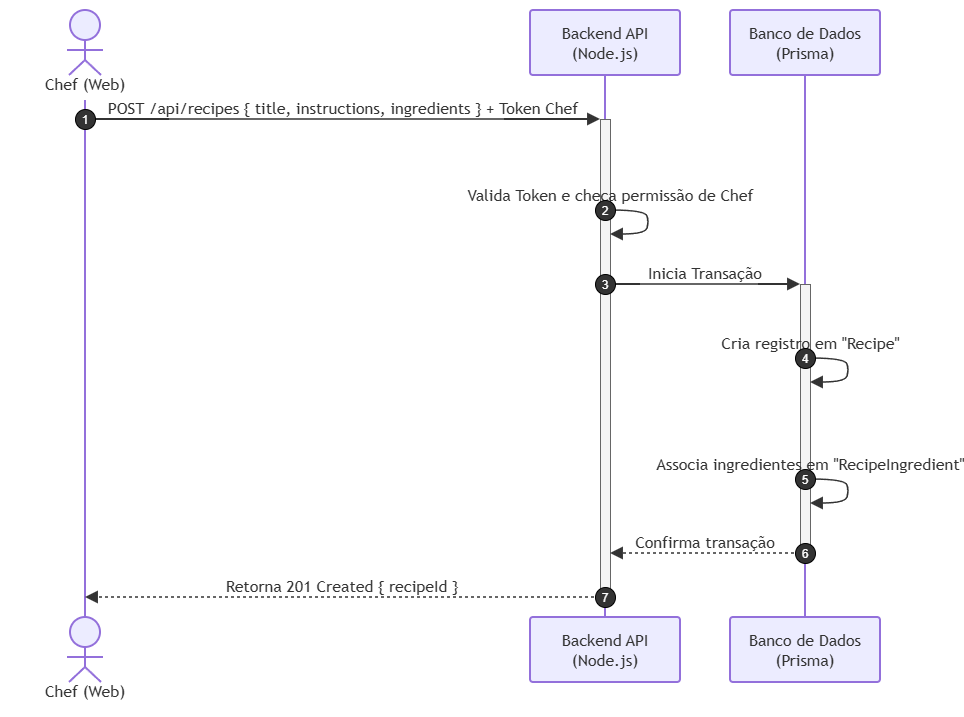
VyttorRamos/GastroMatch keeps this draw.io diagram as Documentacao/DS/DS-WEB/2 - Fluxo de Publicação de Receita - WEB.png. Above is the earlier version. Source tidied: cells renumbered, new cells last; positions are measured from the earlier drawing's top-left corner, leaving out a move shared by most shapes.
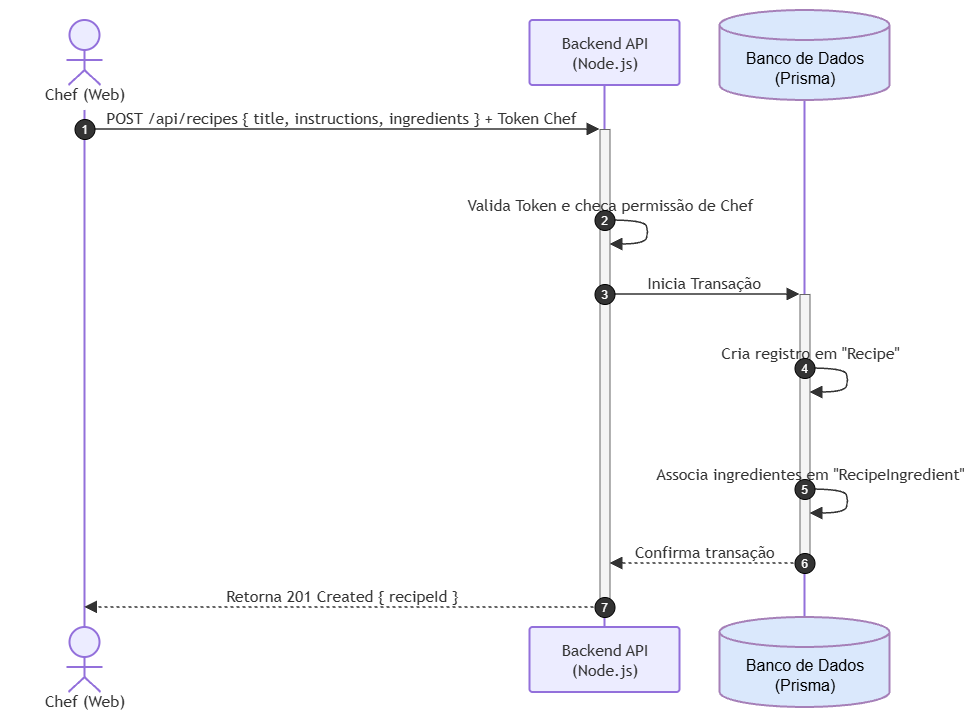
Above is the later version.

Diff of the diagram source:
```diff
@@ -3,7 +3,7 @@
     <mxCell id="0" />
     <mxCell id="1" parent="0" />
     <mxCell id="2" style="group;transparentBounds=1;editIcon=1;lockedGroup=0;groupPadding=10;" parent="1" vertex="1">
-      <mxGeometry as="geometry" />
+      <mxGeometry width="920" height="727" as="geometry" />
     </mxCell>
     <mxCell id="3" value="Chef (Web)" style="html=1;shape=umlLifeline;perimeter=lifelinePerimeter;whiteSpace=wrap;outlineConnect=0;portConstraint=eastwest;newEdgeStyle={&quot;edgeStyle&quot;:&quot;elbowEdgeStyle&quot;,&quot;elbow&quot;:&quot;vertical&quot;,&quot;curved&quot;:0,&quot;rounded&quot;:0};lifelineDashed=0;strokeWidth=2;rounded=1;absoluteArcSize=1;arcSize=6;lifelineColor=light-dark(#9370DB,#cccccc);participant=seqActorStick;verticalAlign=bottom;align=center;spacingBottom=4;size=90;lifelineMirror=1;fillColor=light-dark(#ECECFF,#1f2020);strokeColor=light-dark(#9370DB,#cccccc);fontColor=light-dark(#333333,#cccccc);fontFamily=Trebuchet MS,Verdana,Arial,sans-serif;fontSize=16;" parent="2" vertex="1">
       <mxGeometry x="30" y="30" width="150" height="697" as="geometry" />
@@ -105,5 +105,11 @@
     <mxCell id="24" value="7" style="ellipse;fillColor=light-dark(#333333,#cccccc);align=center;verticalAlign=middle;fontColor=light-dark(#FFFFFF,#333333);fontSize=12;" parent="2" vertex="1">
       <mxGeometry x="615" y="607" width="20" height="20" as="geometry" />
     </mxCell>
+    <mxCell id="25" value="&lt;font style=&quot;font-size: 16px;&quot;&gt;Banco de Dados&lt;br&gt;(Prisma)&lt;/font&gt;" style="shape=cylinder3;whiteSpace=wrap;html=1;boundedLbl=1;backgroundOutline=1;size=15;fillColor=#dae8fc;strokeColor=#A680B8;strokeWidth=2;" parent="2" vertex="1">
+      <mxGeometry x="740" y="20" width="170" height="90" as="geometry" />
+    </mxCell>
+    <mxCell id="26" value="&lt;font style=&quot;font-size: 16px;&quot;&gt;Banco de Dados&lt;br&gt;(Prisma)&lt;/font&gt;" style="shape=cylinder3;whiteSpace=wrap;html=1;boundedLbl=1;backgroundOutline=1;size=15;fillColor=#dae8fc;strokeColor=#A680B8;strokeWidth=2;" parent="2" vertex="1">
+      <mxGeometry x="740" y="627" width="170" height="90" as="geometry" />
+    </mxCell>
   </root>
 </mxGraphModel>
```
